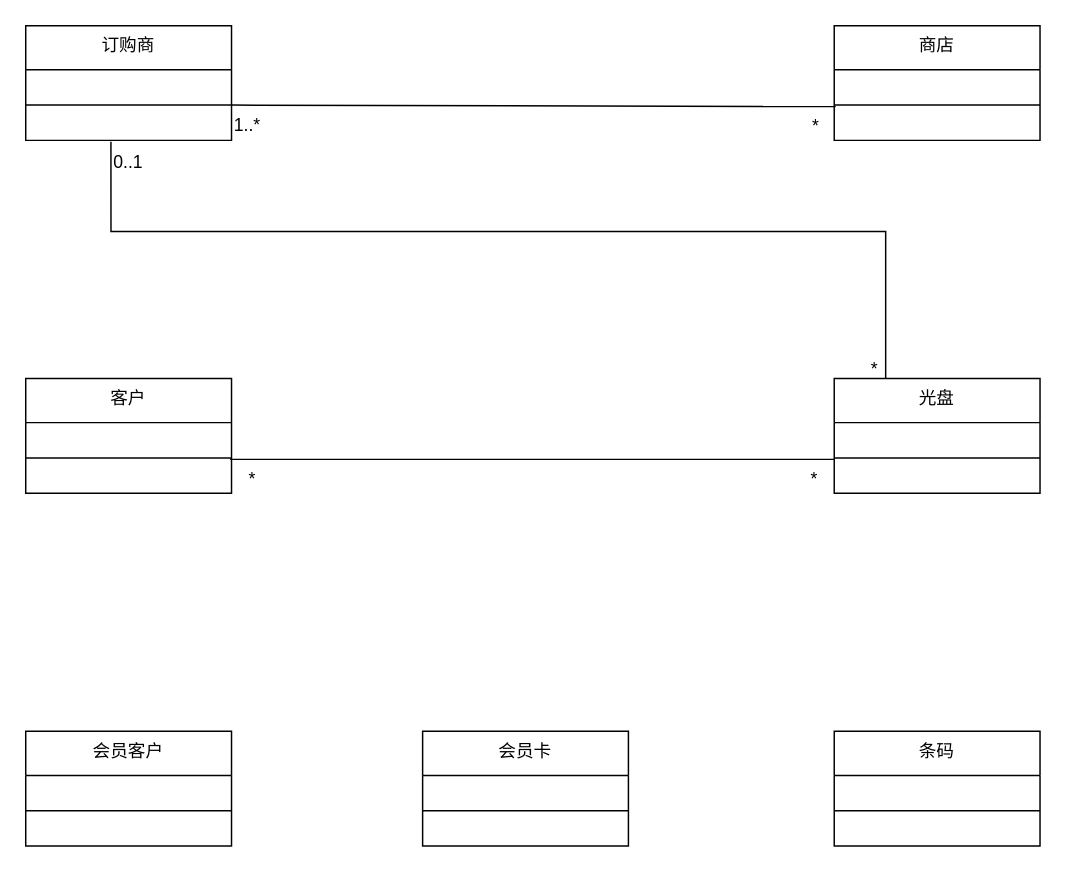
The draw.io diagram 5.3.drawio in markzhang12345/drawio, before the edit. Source tidied: cells renumbered, new cells numbered last; positions are measured from the earlier drawing's top-left corner, leaving out a move shared by most shapes. Both pictures are drawn from the tidied source at 147%, with x=0, y=0 at pixel (25, 25).
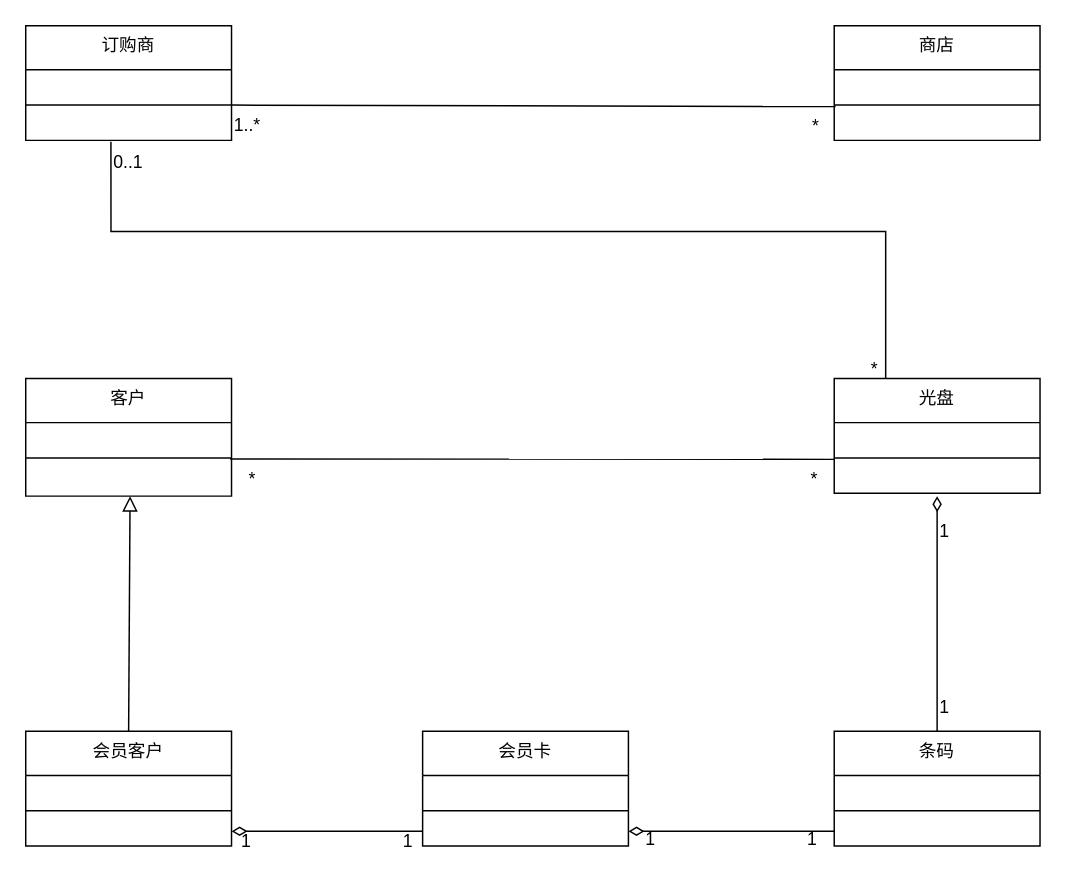
The same page after the edit.

Unchanged cells that the change refers to:
```xml
<mxCell id="17" value="&amp;nbsp;" style="text;html=1;strokeColor=none;fillColor=none;align=left;verticalAlign=middle;spacingLeft=4;spacingRight=4;overflow=hidden;points=[[0,0.5],[1,0.5]];portConstraint=eastwest;whiteSpace=wrap;" parent="14" vertex="1">
  <mxGeometry y="58" width="140" height="20" as="geometry" />
</mxCell>
<mxCell id="18" value="会员客户" style="swimlane;fontStyle=0;align=center;verticalAlign=top;horizontal=1;startSize=30;html=1;whiteSpace=wrap;" parent="1" vertex="1">
  <mxGeometry y="480" width="140" height="78" as="geometry" />
</mxCell>
<mxCell id="21" value="&amp;nbsp;" style="text;html=1;strokeColor=none;fillColor=none;align=left;verticalAlign=middle;spacingLeft=4;spacingRight=4;overflow=hidden;points=[[0,0.5],[1,0.5]];portConstraint=eastwest;whiteSpace=wrap;" parent="18" vertex="1">
  <mxGeometry y="58" width="140" height="20" as="geometry" />
</mxCell>
<mxCell id="25" value="&amp;nbsp;" style="text;html=1;strokeColor=none;fillColor=none;align=left;verticalAlign=middle;spacingLeft=4;spacingRight=4;overflow=hidden;points=[[0,0.5],[1,0.5]];portConstraint=eastwest;whiteSpace=wrap;" parent="22" vertex="1">
  <mxGeometry y="58" width="140" height="20" as="geometry" />
</mxCell>
<mxCell id="26" value="条码" style="swimlane;fontStyle=0;align=center;verticalAlign=top;horizontal=1;startSize=30;html=1;whiteSpace=wrap;" parent="1" vertex="1">
  <mxGeometry x="550" y="480" width="140" height="78" as="geometry" />
</mxCell>
<mxCell id="29" value="&amp;nbsp;" style="text;html=1;strokeColor=none;fillColor=none;align=left;verticalAlign=middle;spacingLeft=4;spacingRight=4;overflow=hidden;points=[[0,0.5],[1,0.5]];portConstraint=eastwest;whiteSpace=wrap;" parent="26" vertex="1">
  <mxGeometry y="58" width="140" height="20" as="geometry" />
</mxCell>
```

The edit, as a diff of the source:
```diff
@@
     <mxCell id="10" value="客户" style="swimlane;fontStyle=0;align=center;verticalAlign=top;horizontal=1;startSize=30;html=1;whiteSpace=wrap;" parent="1" vertex="1">
-      <mxGeometry y="240" width="140" height="78" as="geometry" />
+      <mxGeometry y="240" width="140" height="80" as="geometry" />
     </mxCell>
@@
     <mxCell id="13" value="&amp;nbsp;" style="text;html=1;strokeColor=none;fillColor=none;align=left;verticalAlign=middle;spacingLeft=4;spacingRight=4;overflow=hidden;points=[[0,0.5],[1,0.5]];portConstraint=eastwest;whiteSpace=wrap;" parent="10" vertex="1">
-      <mxGeometry y="58" width="140" height="20" as="geometry" />
+      <mxGeometry y="58" width="140" height="22" as="geometry" />
     </mxCell>
@@
+    <mxCell id="42" style="endArrow=none;startArrow=diamondThin;endFill=0;startFill=0;html=1;verticalAlign=bottom;labelBackgroundColor=none;strokeWidth=1;startSize=8;endSize=8;rounded=0;entryX=0.5;entryY=0;entryDx=0;entryDy=0;exitX=0.5;exitY=1.1;exitDx=0;exitDy=0;exitPerimeter=0;" parent="1" edge="1" source="17" target="26">
+      <mxGeometry relative="1" as="geometry" />
+    </mxCell>
+    <mxCell id="43" value="1" style="html=1;align=left;verticalAlign=top;labelBackgroundColor=none;" parent="1" vertex="1">
+      <mxGeometry x="620" y="450" as="geometry" />
+    </mxCell>
+    <mxCell id="44" value="1" style="html=1;align=left;verticalAlign=top;labelBackgroundColor=none;" parent="1" vertex="1">
+      <mxGeometry x="620" y="330" as="geometry" />
+    </mxCell>
+    <mxCell id="45" style="endArrow=none;startArrow=diamondThin;endFill=0;startFill=0;html=1;verticalAlign=bottom;labelBackgroundColor=none;strokeWidth=1;startSize=8;endSize=8;rounded=0;entryX=0;entryY=0.5;entryDx=0;entryDy=0;exitX=1;exitY=0.5;exitDx=0;exitDy=0;" parent="1" edge="1" source="25" target="29">
+      <mxGeometry relative="1" as="geometry" />
+    </mxCell>
+    <mxCell id="46" value="1" style="html=1;align=left;verticalAlign=top;labelBackgroundColor=none;" parent="1" vertex="1">
+      <mxGeometry x="420" y="540" as="geometry" />
+    </mxCell>
+    <mxCell id="47" value="1" style="html=1;align=left;verticalAlign=top;labelBackgroundColor=none;" parent="1" vertex="1">
+      <mxGeometry x="530" y="540" as="geometry" />
+    </mxCell>
+    <mxCell id="48" style="endArrow=none;startArrow=diamondThin;endFill=0;startFill=0;html=1;verticalAlign=bottom;labelBackgroundColor=none;strokeWidth=1;startSize=8;endSize=8;rounded=0;entryX=0;entryY=0.5;entryDx=0;entryDy=0;exitX=1;exitY=0.5;exitDx=0;exitDy=0;" parent="1" edge="1" source="21" target="25">
+      <mxGeometry relative="1" as="geometry" />
+    </mxCell>
+    <mxCell id="49" value="1" style="html=1;align=left;verticalAlign=top;labelBackgroundColor=none;" parent="1" vertex="1">
+      <mxGeometry x="145" y="541" as="geometry" />
+    </mxCell>
+    <mxCell id="50" value="1" style="html=1;align=left;verticalAlign=top;labelBackgroundColor=none;" parent="1" vertex="1">
+      <mxGeometry x="255" y="541" as="geometry" />
+    </mxCell>
+    <mxCell id="51" style="endArrow=block;html=1;rounded=0;align=center;verticalAlign=bottom;endFill=0;labelBackgroundColor=none;endSize=8;exitX=0.5;exitY=0;exitDx=0;exitDy=0;entryX=0.507;entryY=1;entryDx=0;entryDy=0;entryPerimeter=0;" parent="1" edge="1" source="18" target="13">
+      <mxGeometry relative="1" as="geometry" />
+    </mxCell>
+    <mxCell id="52" style="html=1;align=center;verticalAlign=top;labelBackgroundColor=none;" parent="51" vertex="1">
+      <mxGeometry relative="1" as="geometry" />
+    </mxCell>
```
